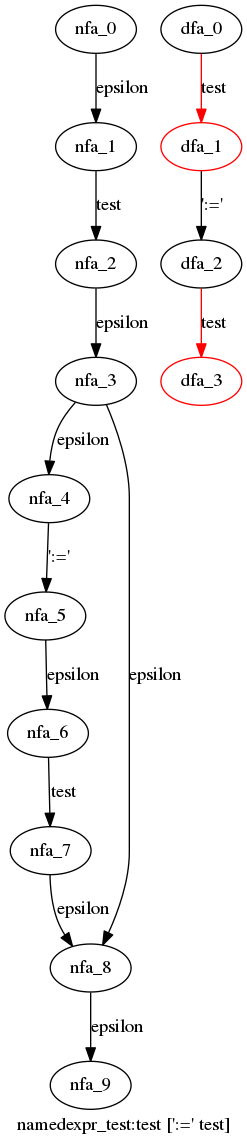
The Graphviz diagram cpython/grammar/handwrite/nfa_dfas/49.namedexpr_test.dot.png in WinChua/blog, before a commit. Its source is kept beside it as cpython/grammar/handwrite/nfa_dfas/49.namedexpr_test.dot. The source it was exported from:
```dot
digraph namedexpr_test {
 graph[label="namedexpr_test:test [':=' test]"]
 subgraph namedexpr_test_nfa {
  nfa_0->nfa_1[label="epsilon"]
  nfa_1->nfa_2[label="test"]
  nfa_2->nfa_3[label="epsilon"]
  nfa_3->nfa_4[label="epsilon"]
  nfa_4->nfa_5[label="':='"]
  nfa_5->nfa_6[label="epsilon"]
  nfa_6->nfa_7[label="test"]
  nfa_7->nfa_8[label="epsilon"]
  nfa_8->nfa_9[label="epsilon"]
  nfa_3->nfa_8[label="epsilon"]
  }
 subgraph namedexpr_test_dfa {
  dfa_0->dfa_1[label="test",color=red]
  dfa_1->dfa_2[label="':='"]
  dfa_2->dfa_3[label="test",color=red]
  dfa_1[color=red]
  dfa_3[color=red]
  }
}
```
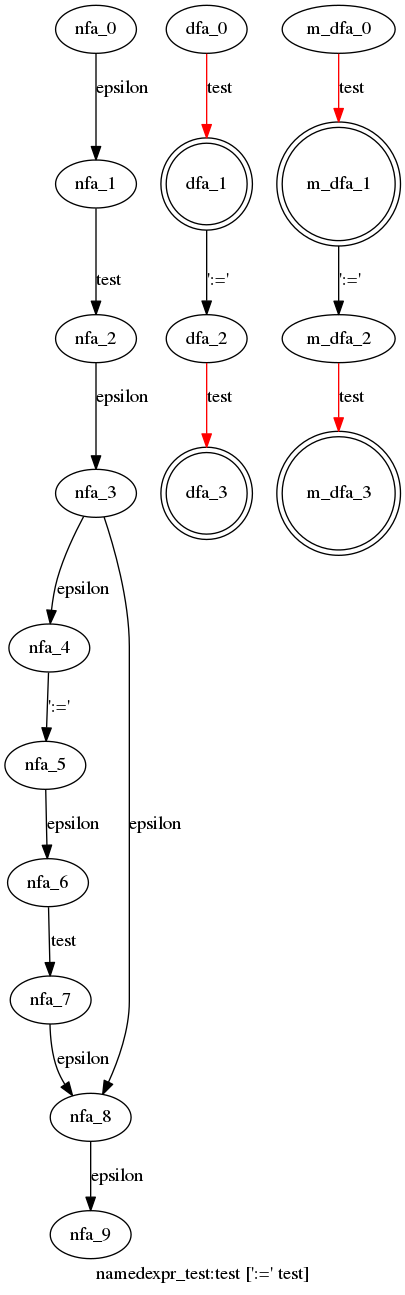
The same file after the commit.

What changed in the source:
```diff
@@ -16,7 +16,14 @@
   dfa_0->dfa_1[label="test",color=red]
   dfa_1->dfa_2[label="':='"]
   dfa_2->dfa_3[label="test",color=red]
-  dfa_1[color=red]
-  dfa_3[color=red]
+  dfa_1[shape=doublecircle]
+  dfa_3[shape=doublecircle]
+  }
+ subgraph namedexpr_test_m_dfa {
+  m_dfa_0->m_dfa_1[label="test",color=red]
+  m_dfa_1->m_dfa_2[label="':='"]
+  m_dfa_2->m_dfa_3[label="test",color=red]
+  m_dfa_1[shape=doublecircle]
+  m_dfa_3[shape=doublecircle]
   }
 }
```
